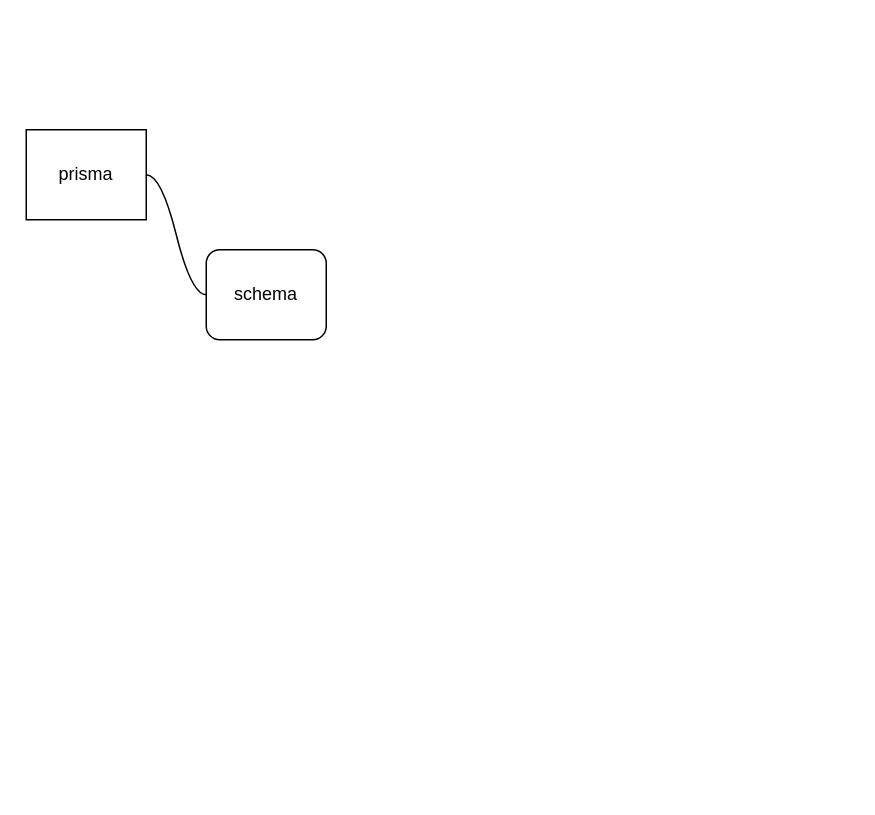
Earlier version of the draw.io diagram page "DB" (5 of 5) of table.drawio (SandroXC/pizza-fresh-server). Source tidied: cells renumbered, new cells numbered last; positions are measured from the earlier drawing's top-left corner, leaving out a move shared by most shapes. Both pictures are drawn from the tidied source at 150%, with x=0, y=0 at pixel (26, 129).
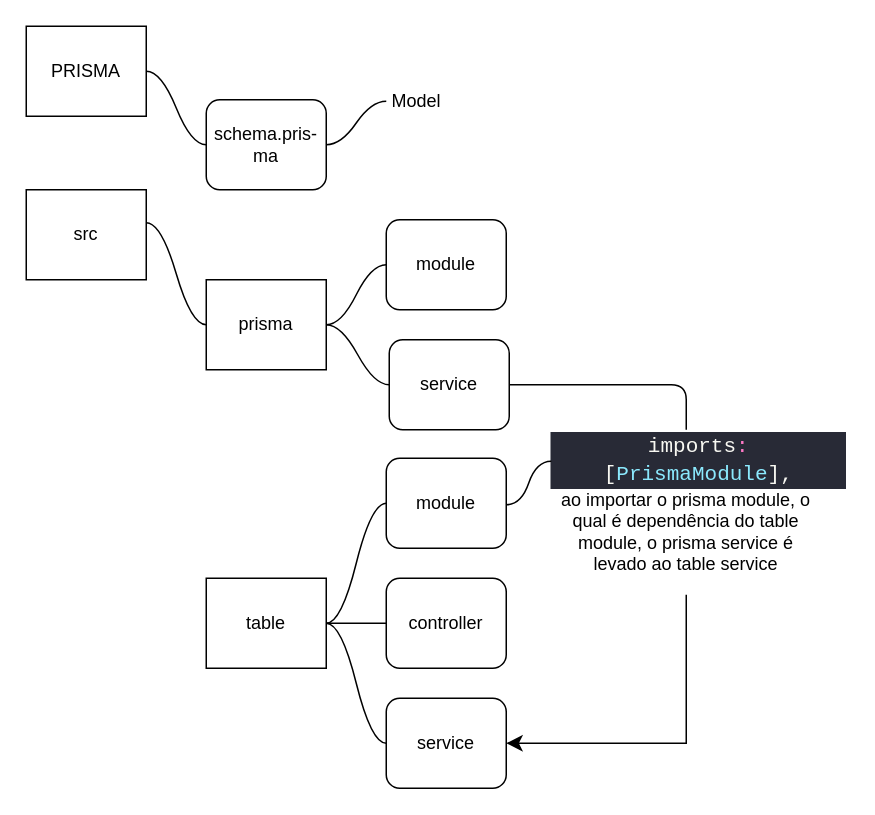
After the change.

The edit, as a diff of the source:
```diff
@@
-    <mxCell id="2" value="prisma" style="rounded=0;whiteSpace=wrap;html=1;" parent="1" vertex="1">
-      <mxGeometry width="80" height="60" as="geometry" />
+    <mxCell id="2" value="PRISMA" style="rounded=0;whiteSpace=wrap;html=1;" parent="1" vertex="1">
+      <mxGeometry y="-69" width="80" height="60" as="geometry" />
     </mxCell>
-    <mxCell id="3" style="edgeStyle=entityRelationEdgeStyle;startArrow=none;endArrow=none;segment=10;curved=1;sourcePerimeterSpacing=0;targetPerimeterSpacing=0;exitX=1;exitY=0.5;exitDx=0;exitDy=0;entryX=0;entryY=0.5;entryDx=0;entryDy=0;" parent="1" edge="1" source="2" target="4">
-      <mxGeometry relative="1" as="geometry" />
+    <mxCell id="3" style="edgeStyle=entityRelationEdgeStyle;startArrow=none;endArrow=none;segment=10;curved=1;sourcePerimeterSpacing=0;targetPerimeterSpacing=0;exitX=1;exitY=0.5;exitDx=0;exitDy=0;entryX=0;entryY=0.5;entryDx=0;entryDy=0;" parent="1" edge="1" target="4">
+      <mxGeometry relative="1" as="geometry">
+        <mxPoint x="80" y="62" as="sourcePoint" />
+      </mxGeometry>
     </mxCell>
-    <mxCell id="4" value="schema" style="rounded=1;whiteSpace=wrap;html=1;" parent="1" vertex="1">
-      <mxGeometry x="120" y="80" width="80" height="60" as="geometry" />
+    <mxCell id="4" value="prisma" style="rounded=0;whiteSpace=wrap;html=1;" parent="1" vertex="1">
+      <mxGeometry x="120" y="100" width="80" height="60" as="geometry" />
     </mxCell>
+    <mxCell id="5" value="src" style="rounded=0;whiteSpace=wrap;html=1;" parent="1" vertex="1">
+      <mxGeometry y="40" width="80" height="60" as="geometry" />
+    </mxCell>
+    <mxCell id="6" style="edgeStyle=entityRelationEdgeStyle;startArrow=none;endArrow=none;segment=10;curved=1;sourcePerimeterSpacing=0;targetPerimeterSpacing=0;exitX=1;exitY=0.5;exitDx=0;exitDy=0;entryX=0;entryY=0.5;entryDx=0;entryDy=0;" parent="1" edge="1" target="7">
+      <mxGeometry relative="1" as="geometry">
+        <mxPoint x="80" y="-39" as="sourcePoint" />
+      </mxGeometry>
+    </mxCell>
+    <mxCell id="7" value="schema.pris-ma" style="rounded=1;whiteSpace=wrap;html=1;" parent="1" vertex="1">
+      <mxGeometry x="120" y="-20" width="80" height="60" as="geometry" />
+    </mxCell>
+    <mxCell id="8" style="edgeStyle=entityRelationEdgeStyle;startArrow=none;endArrow=none;segment=10;curved=1;sourcePerimeterSpacing=0;targetPerimeterSpacing=0;exitX=1;exitY=0.5;exitDx=0;exitDy=0;" parent="1" edge="1" source="7">
+      <mxGeometry relative="1" as="geometry">
+        <mxPoint x="240" y="-19" as="targetPoint" />
+      </mxGeometry>
+    </mxCell>
+    <mxCell id="9" value="Model" style="text;html=1;strokeColor=none;fillColor=none;align=left;verticalAlign=middle;whiteSpace=wrap;rounded=0;" parent="1" vertex="1">
+      <mxGeometry x="242" y="-39" width="39" height="40" as="geometry" />
+    </mxCell>
+    <mxCell id="10" style="edgeStyle=entityRelationEdgeStyle;startArrow=none;endArrow=none;segment=10;curved=1;sourcePerimeterSpacing=0;targetPerimeterSpacing=0;entryX=0;entryY=0.5;entryDx=0;entryDy=0;" parent="1" edge="1" target="11">
+      <mxGeometry relative="1" as="geometry">
+        <mxPoint x="200" y="130" as="sourcePoint" />
+      </mxGeometry>
+    </mxCell>
+    <mxCell id="11" value="module" style="rounded=1;whiteSpace=wrap;html=1;" parent="1" vertex="1">
+      <mxGeometry x="240" y="60" width="80" height="60" as="geometry" />
+    </mxCell>
+    <mxCell id="12" style="edgeStyle=entityRelationEdgeStyle;startArrow=none;endArrow=none;segment=10;curved=1;sourcePerimeterSpacing=0;targetPerimeterSpacing=0;exitX=1;exitY=0.5;exitDx=0;exitDy=0;entryX=0;entryY=0.5;entryDx=0;entryDy=0;" parent="1" edge="1" source="4" target="13">
+      <mxGeometry relative="1" as="geometry" />
+    </mxCell>
+    <mxCell id="13" value="service" style="rounded=1;whiteSpace=wrap;html=1;" parent="1" vertex="1">
+      <mxGeometry x="242" y="140" width="80" height="60" as="geometry" />
+    </mxCell>
+    <mxCell id="14" value="table" style="rounded=0;whiteSpace=wrap;html=1;" parent="1" vertex="1">
+      <mxGeometry x="120" y="299" width="80" height="60" as="geometry" />
+    </mxCell>
+    <mxCell id="15" value="module" style="rounded=1;whiteSpace=wrap;html=1;" parent="1" vertex="1">
+      <mxGeometry x="240" y="219" width="80" height="60" as="geometry" />
+    </mxCell>
+    <mxCell id="16" style="edgeStyle=entityRelationEdgeStyle;startArrow=none;endArrow=none;segment=10;curved=1;sourcePerimeterSpacing=0;targetPerimeterSpacing=0;exitX=1;exitY=0.5;exitDx=0;exitDy=0;entryX=0;entryY=0.5;entryDx=0;entryDy=0;" parent="1" edge="1" source="14" target="15">
+      <mxGeometry relative="1" as="geometry" />
+    </mxCell>
+    <mxCell id="17" style="edgeStyle=entityRelationEdgeStyle;startArrow=none;endArrow=none;segment=10;curved=1;sourcePerimeterSpacing=0;targetPerimeterSpacing=0;exitX=1;exitY=0.5;exitDx=0;exitDy=0;entryX=0;entryY=0.5;entryDx=0;entryDy=0;" parent="1" edge="1" source="14" target="18">
+      <mxGeometry relative="1" as="geometry" />
+    </mxCell>
+    <mxCell id="18" value="controller" style="rounded=1;whiteSpace=wrap;html=1;" parent="1" vertex="1">
+      <mxGeometry x="240" y="299" width="80" height="60" as="geometry" />
+    </mxCell>
+    <mxCell id="19" style="edgeStyle=entityRelationEdgeStyle;startArrow=none;endArrow=none;segment=10;curved=1;sourcePerimeterSpacing=0;targetPerimeterSpacing=0;exitX=1;exitY=0.5;exitDx=0;exitDy=0;entryX=0;entryY=0.5;entryDx=0;entryDy=0;" parent="1" edge="1" source="14" target="20">
+      <mxGeometry relative="1" as="geometry" />
+    </mxCell>
+    <mxCell id="20" value="service" style="rounded=1;whiteSpace=wrap;html=1;" parent="1" vertex="1">
+      <mxGeometry x="240" y="379" width="80" height="60" as="geometry" />
+    </mxCell>
+    <mxCell id="21" value="&lt;div style=&quot;color: rgb(248, 248, 242); background-color: rgb(40, 42, 54); font-family: Consolas, &amp;quot;Courier New&amp;quot;, monospace; font-size: 14px; line-height: 19px;&quot;&gt;imports&lt;span style=&quot;color: #ff79c6;&quot;&gt;:&lt;/span&gt; [&lt;span style=&quot;color: #8be9fd;&quot;&gt;PrismaModule&lt;/span&gt;],&lt;/div&gt;" style="text;html=1;strokeColor=none;fillColor=none;align=center;verticalAlign=middle;whiteSpace=wrap;rounded=0;" parent="1" vertex="1">
+      <mxGeometry x="349" y="205" width="199" height="30" as="geometry" />
+    </mxCell>
+    <mxCell id="22" style="edgeStyle=entityRelationEdgeStyle;startArrow=none;endArrow=none;segment=10;curved=1;sourcePerimeterSpacing=0;targetPerimeterSpacing=0;exitX=1;exitY=0.5;exitDx=0;exitDy=0;" parent="1" edge="1">
+      <mxGeometry relative="1" as="geometry">
+        <mxPoint x="320" y="250" as="sourcePoint" />
+        <mxPoint x="350" y="221" as="targetPoint" />
+      </mxGeometry>
+    </mxCell>
+    <mxCell id="23" style="endArrow=none;html=1;" parent="1" edge="1">
+      <mxGeometry relative="1" as="geometry">
+        <mxPoint x="322" y="170" as="sourcePoint" />
+        <mxPoint x="440" y="200" as="targetPoint" />
+        <Array as="points">
+          <mxPoint x="440" y="170" />
+          <mxPoint x="440" y="200" />
+        </Array>
+      </mxGeometry>
+    </mxCell>
+    <mxCell id="24" style="edgeStyle=segmentEdgeStyle;endArrow=classic;html=1;curved=0;rounded=0;endSize=8;startSize=8;entryX=1;entryY=0.5;entryDx=0;entryDy=0;" parent="1" edge="1" target="20">
+      <mxGeometry relative="1" as="geometry">
+        <mxPoint x="440" y="310" as="sourcePoint" />
+        <Array as="points">
+          <mxPoint x="440" y="409" />
+        </Array>
+      </mxGeometry>
+    </mxCell>
+    <mxCell id="25" value="ao importar o prisma module, o qual é dependência do table module, o prisma service é levado ao table service" style="text;html=1;strokeColor=none;fillColor=none;align=center;verticalAlign=middle;whiteSpace=wrap;rounded=0;" parent="1" vertex="1">
+      <mxGeometry x="355" y="232" width="170" height="71" as="geometry" />
+    </mxCell>
```
